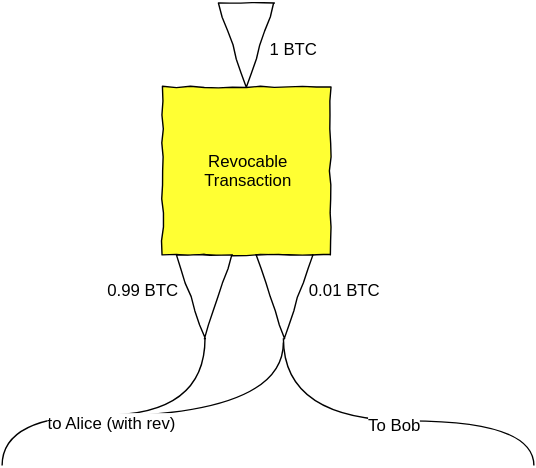
Above: Revocable_Transaction2.svg in PayChan/bitcoin-payment-channels-taxonomy (draw.io), before the change. Source tidied: cells renumbered, new cells last; positions are measured from the earlier drawing's top-left corner, leaving out a move shared by most shapes.
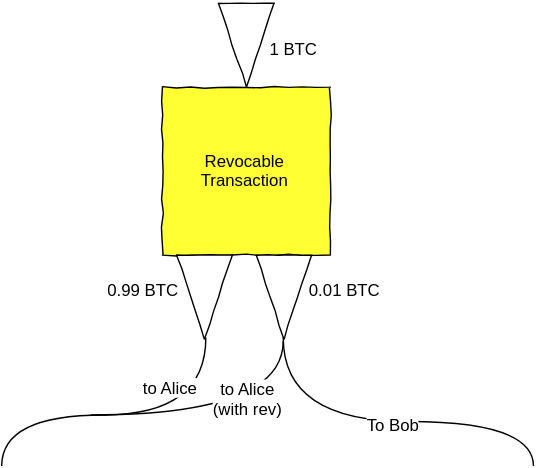
After the change.

What changed in the source:
```diff
@@ -3,73 +3,84 @@
     <mxCell id="0" />
     <mxCell id="1" parent="0" />
     <mxCell id="2" style="endArrow=none;html=1;edgeStyle=orthogonalEdgeStyle;endFill=0;curved=1;" parent="1" edge="1">
-      <mxGeometry x="348.9" y="7423.1" as="geometry">
-        <mxPoint x="201" y="233" as="sourcePoint" />
-        <mxPoint x="63" y="286" as="targetPoint" />
+      <mxGeometry x="388.9" y="4170.3" as="geometry">
+        <mxPoint x="240.9" y="-3020.1" as="sourcePoint" />
+        <mxPoint x="103.2" y="-2967.2" as="targetPoint" />
         <Array as="points">
-          <mxPoint x="201" y="286" />
+          <mxPoint x="241" y="-2966.9" />
         </Array>
       </mxGeometry>
     </mxCell>
-    <mxCell id="3" value="Revocable&lt;div&gt;Transaction&lt;/div&gt;" style="whiteSpace=wrap;html=1;comic=1;fillColor=#FFFF33;" parent="1" vertex="1">
-      <mxGeometry x="114.6" y="50.4" width="120" height="120" as="geometry" />
+    <mxCell id="3" value="to Alice&lt;div&gt;(with rev)&lt;/div&gt;" style="text;html=1;align=center;verticalAlign=middle;labelBackgroundColor=#ffffff;" parent="2" vertex="1">
+      <mxGeometry relative="1" as="geometry">
+        <mxPoint x="16" y="-12" as="offset" />
+      </mxGeometry>
     </mxCell>
-    <mxCell id="4" style="triangle;whiteSpace=wrap;html=1;comic=1;rotation=90;" parent="1" vertex="1">
-      <mxGeometry x="144.6" y="0.4" width="60" height="40" as="geometry" />
+    <mxCell id="4" value="to Alice&lt;div&gt;(with rev)&lt;/div&gt;" style="text;html=1;align=center;verticalAlign=middle;labelBackgroundColor=#ffffff;" parent="1" vertex="1">
+      <mxGeometry x="214.5" y="-2979.2" as="geometry">
+        <mxPoint x="16" y="-12" as="offset" />
+      </mxGeometry>
     </mxCell>
-    <mxCell id="5" style="triangle;whiteSpace=wrap;html=1;comic=1;rotation=90;" parent="1" vertex="1">
-      <mxGeometry x="114.6" y="180.4" width="60" height="40" as="geometry" />
+    <mxCell id="5" value="Revocable&lt;div&gt;Transaction&lt;/div&gt;" style="whiteSpace=wrap;html=1;comic=1;fillColor=#FFFF33;" parent="1" vertex="1">
+      <mxGeometry x="154.6" y="-3201.4" width="120" height="120" as="geometry" />
     </mxCell>
-    <mxCell id="6" style="endArrow=none;html=1;edgeStyle=orthogonalEdgeStyle;endFill=0;curved=1;exitX=1;exitY=0.5;" parent="1" edge="1" source="5">
-      <mxGeometry x="292.6" y="7431.4" as="geometry">
-        <mxPoint y="321" as="targetPoint" />
-        <Array as="points">
-          <mxPoint x="144.6" y="285" />
-          <mxPoint x="-0.4" y="285" />
-        </Array>
-      </mxGeometry>
+    <mxCell id="6" style="triangle;whiteSpace=wrap;html=1;comic=1;rotation=90;" parent="1" vertex="1">
+      <mxGeometry x="184.6" y="-3251.4" width="60" height="40" as="geometry" />
     </mxCell>
-    <mxCell id="7" value="to Alice (with rev)" style="text;html=1;align=center;verticalAlign=middle;labelBackgroundColor=#ffffff;" parent="6" vertex="1">
-      <mxGeometry relative="1" as="geometry">
-        <mxPoint x="-4" y="4" as="offset" />
-      </mxGeometry>
+    <mxCell id="7" style="triangle;whiteSpace=wrap;html=1;comic=1;rotation=90;" parent="1" vertex="1">
+      <mxGeometry x="154.6" y="-3071.4" width="60" height="40" as="geometry" />
     </mxCell>
-    <mxCell id="8" value="to Alice (with rev)" style="text;html=1;align=center;verticalAlign=middle;labelBackgroundColor=#ffffff;" parent="1" vertex="1">
-      <mxGeometry x="78" y="289" as="geometry">
-        <mxPoint x="-4" y="4" as="offset" />
+    <mxCell id="8" style="endArrow=none;html=1;edgeStyle=orthogonalEdgeStyle;endFill=0;curved=1;exitX=1;exitY=0.5;" parent="1" edge="1">
+      <mxGeometry x="332.6" y="4179.6" as="geometry">
+        <mxPoint x="185.6" y="-3022.5" as="sourcePoint" />
+        <mxPoint x="39.7" y="-2930.7" as="targetPoint" />
+        <Array as="points">
+          <mxPoint x="186" y="-2967" />
+          <mxPoint x="40" y="-2967" />
+        </Array>
       </mxGeometry>
     </mxCell>
-    <mxCell id="9" style="endArrow=none;html=1;edgeStyle=orthogonalEdgeStyle;endFill=0;curved=1;exitX=1;exitY=0.5;" parent="1" edge="1">
-      <mxGeometry x="639.6" y="7426.4" as="geometry">
-        <mxPoint x="201" y="230" as="sourcePoint" />
-        <mxPoint x="380" y="321" as="targetPoint" />
-        <Array as="points">
-          <mxPoint x="201" y="289" />
-          <mxPoint x="380" y="289" />
-        </Array>
+    <mxCell id="9" value="to Alice" style="text;html=1;align=center;verticalAlign=middle;labelBackgroundColor=#ffffff;" parent="8" vertex="1">
+      <mxGeometry relative="1" as="geometry">
+        <mxPoint x="38" y="-20" as="offset" />
       </mxGeometry>
     </mxCell>
-    <mxCell id="10" value="To Bob" style="text;html=1;align=center;verticalAlign=middle;labelBackgroundColor=#ffffff;" parent="9" vertex="1">
-      <mxGeometry relative="1" as="geometry">
-        <mxPoint x="3" y="2" as="offset" />
+    <mxCell id="10" value="to Alice" style="text;html=1;align=center;verticalAlign=middle;labelBackgroundColor=#ffffff;" parent="1" vertex="1">
+      <mxGeometry x="160.1" y="-2987.2" as="geometry">
+        <mxPoint x="38" y="-20" as="offset" />
       </mxGeometry>
     </mxCell>
-    <mxCell id="11" value="To Bob" style="text;html=1;align=center;verticalAlign=middle;labelBackgroundColor=#ffffff;" parent="1" vertex="1">
-      <mxGeometry x="280" y="291" as="geometry">
-        <mxPoint x="3" y="2" as="offset" />
+    <mxCell id="11" style="endArrow=none;html=1;edgeStyle=orthogonalEdgeStyle;endFill=0;curved=1;exitX=1;exitY=0.5;" parent="1" edge="1">
+      <mxGeometry x="679.6" y="4174.6" as="geometry">
+        <mxPoint x="240.9" y="-3022.5" as="sourcePoint" />
+        <mxPoint x="419.7" y="-2930.7" as="targetPoint" />
+        <Array as="points">
+          <mxPoint x="241" y="-2962.9" />
+          <mxPoint x="420" y="-2962.9" />
+        </Array>
       </mxGeometry>
     </mxCell>
-    <mxCell id="12" value="&lt;div&gt;0.99 BTC&lt;/div&gt;" style="text;html=1;strokeColor=none;fillColor=none;align=center;verticalAlign=middle;whiteSpace=wrap;overflow=hidden;comic=1;" parent="1" vertex="1">
-      <mxGeometry x="71.6" y="175.4" width="57" height="39" as="geometry" />
+    <mxCell id="12" value="To Bob" style="text;html=1;align=center;verticalAlign=middle;labelBackgroundColor=#ffffff;" parent="11" vertex="1">
+      <mxGeometry relative="1" as="geometry">
+        <mxPoint x="3" y="2" as="offset" />
+      </mxGeometry>
     </mxCell>
-    <mxCell id="13" value="&lt;div&gt;0.01 BTC&lt;/div&gt;" style="text;html=1;strokeColor=none;fillColor=none;align=center;verticalAlign=middle;whiteSpace=wrap;overflow=hidden;comic=1;" parent="1" vertex="1">
-      <mxGeometry x="215.6" y="175.4" width="57" height="39" as="geometry" />
+    <mxCell id="13" value="To Bob" style="text;html=1;align=center;verticalAlign=middle;labelBackgroundColor=#ffffff;" parent="1" vertex="1">
+      <mxGeometry x="319.2" y="-2960.5" as="geometry">
+        <mxPoint x="3" y="2" as="offset" />
+      </mxGeometry>
     </mxCell>
-    <mxCell id="14" value="1 BTC" style="text;html=1;strokeColor=none;fillColor=none;align=center;verticalAlign=middle;whiteSpace=wrap;overflow=hidden;comic=1;" parent="1" vertex="1">
-      <mxGeometry x="187" y="3.1" width="42" height="39" as="geometry" />
+    <mxCell id="14" value="&lt;div&gt;0.99 BTC&lt;/div&gt;" style="text;html=1;strokeColor=none;fillColor=none;align=center;verticalAlign=middle;whiteSpace=wrap;overflow=hidden;comic=1;" parent="1" vertex="1">
+      <mxGeometry x="111.6" y="-3076.4" width="57" height="39" as="geometry" />
     </mxCell>
-    <mxCell id="15" style="triangle;whiteSpace=wrap;html=1;comic=1;rotation=90;" parent="1" vertex="1">
-      <mxGeometry x="171.6" y="180.4" width="60" height="40" as="geometry" />
+    <mxCell id="15" value="&lt;div&gt;0.01 BTC&lt;/div&gt;" style="text;html=1;strokeColor=none;fillColor=none;align=center;verticalAlign=middle;whiteSpace=wrap;overflow=hidden;comic=1;" parent="1" vertex="1">
+      <mxGeometry x="255.6" y="-3076.4" width="57" height="39" as="geometry" />
     </mxCell>
+    <mxCell id="16" value="1 BTC" style="text;html=1;strokeColor=none;fillColor=none;align=center;verticalAlign=middle;whiteSpace=wrap;overflow=hidden;comic=1;" parent="1" vertex="1">
+      <mxGeometry x="227" y="-3248.7" width="42" height="39" as="geometry" />
+    </mxCell>
+    <mxCell id="17" style="triangle;whiteSpace=wrap;html=1;comic=1;rotation=90;" parent="1" vertex="1">
+      <mxGeometry x="211.6" y="-3071.4" width="60" height="40" as="geometry" />
+    </mxCell>
   </root>
 </mxGraphModel>
```
